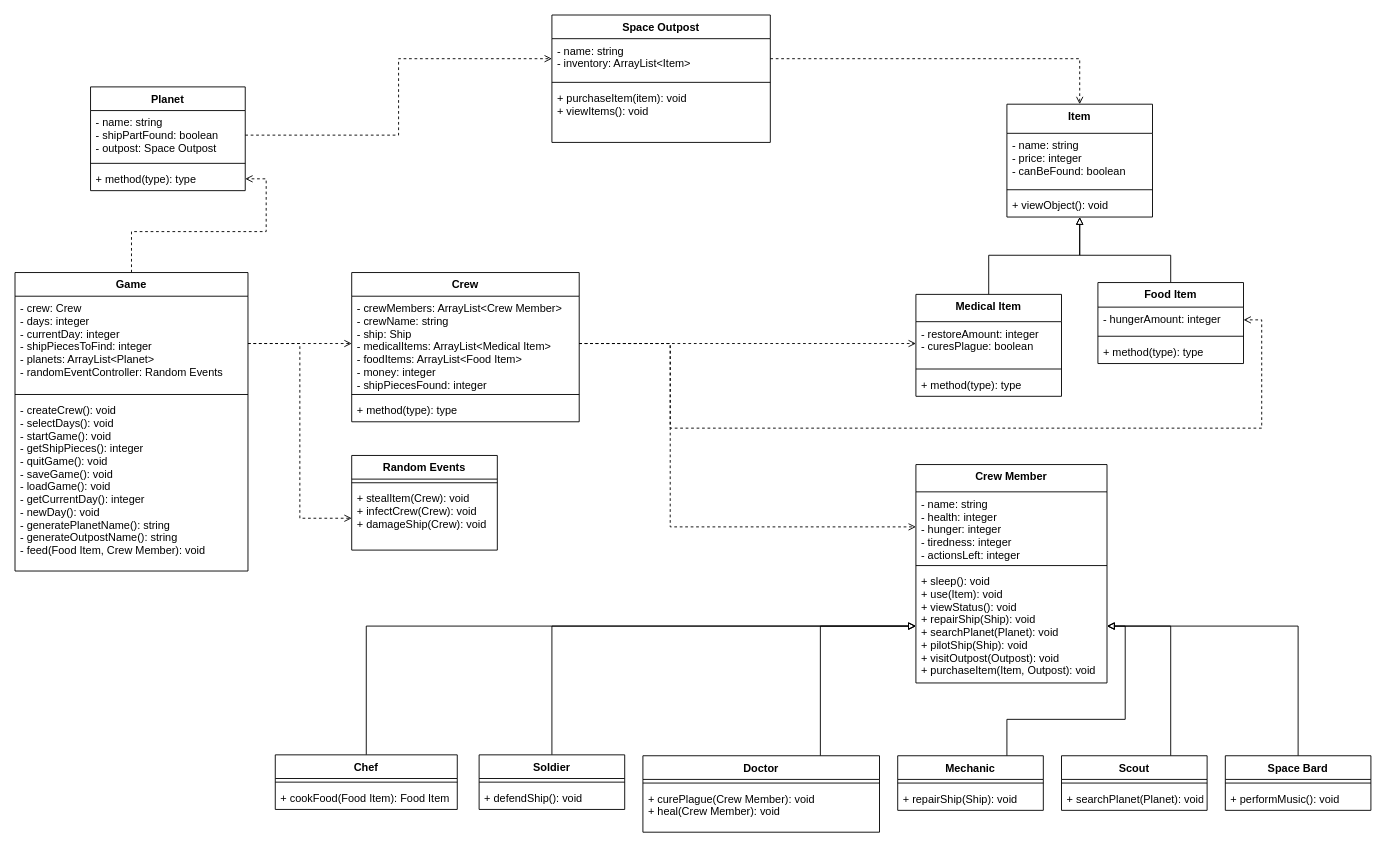
Before: UML/Class Diagram.drawio in SaahilNZ/SENG201-Space-Explorer, a draw.io diagram. Source tidied: cells renumbered, new cells numbered last; positions are measured from the earlier drawing's top-left corner, leaving out a move shared by most shapes. Both pictures are drawn from the tidied source at 91%, with x=0, y=0 at pixel (15, 15).
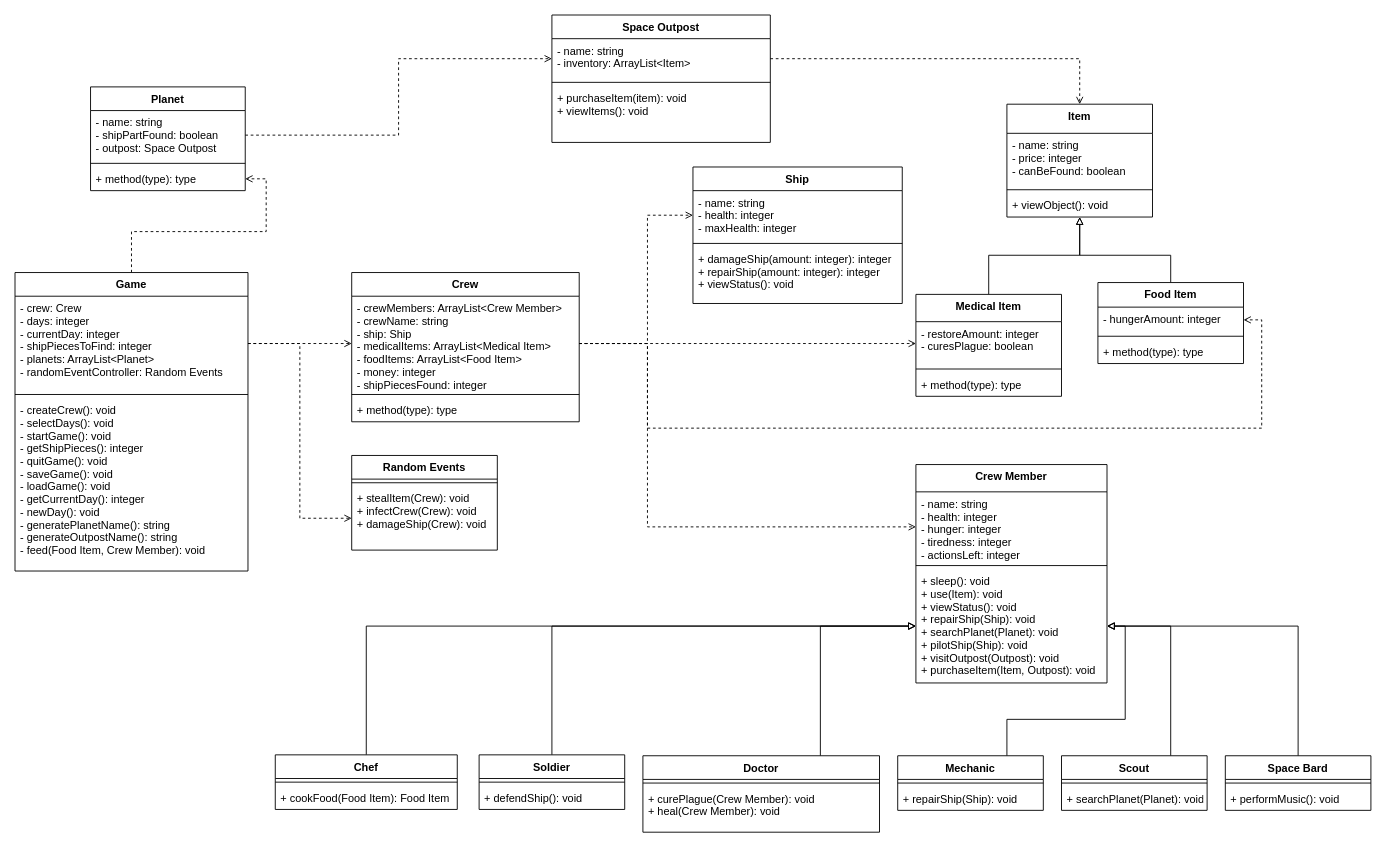
Above is the later version.

Commit message:
Add a ship class to the class diagram

Unchanged cells that the change refers to:
```xml
<mxCell id="3" value="- name: string&#10;- health: integer&#10;- hunger: integer&#10;- tiredness: integer&#10;- actionsLeft: integer" style="text;strokeColor=none;fillColor=none;align=left;verticalAlign=top;spacingLeft=4;spacingRight=4;overflow=hidden;points=[[0,0.5],[1,0.5]];portConstraint=eastwest;" parent="2" vertex="1">
  <mxGeometry y="30" width="210" height="77" as="geometry" />
</mxCell>
<mxCell id="13" value="- hungerAmount: integer&#10;" style="text;strokeColor=none;fillColor=none;align=left;verticalAlign=top;spacingLeft=4;spacingRight=4;overflow=hidden;points=[[0,0.5],[1,0.5]];portConstraint=eastwest;" parent="12" vertex="1">
  <mxGeometry y="27" width="160" height="28" as="geometry" />
</mxCell>
<mxCell id="21" value="- crewMembers: ArrayList&lt;Crew Member&gt;&#10;- crewName: string&#10;- ship: Ship&#10;- medicalItems: ArrayList&lt;Medical Item&gt;&#10;- foodItems: ArrayList&lt;Food Item&gt;&#10;- money: integer&#10;- shipPiecesFound: integer&#10;" style="text;strokeColor=none;fillColor=none;align=left;verticalAlign=top;spacingLeft=4;spacingRight=4;overflow=hidden;points=[[0,0.5],[1,0.5]];portConstraint=eastwest;" parent="20" vertex="1">
  <mxGeometry y="26" width="250" height="104" as="geometry" />
</mxCell>
```

Diff of the diagram source:
```diff
@@
     <mxCell id="43" style="edgeStyle=orthogonalEdgeStyle;rounded=0;jettySize=auto;html=1;exitX=1;exitY=0.5;exitDx=0;exitDy=0;entryX=1;entryY=0.5;entryDx=0;entryDy=0;dashed=1;endArrow=open;endFill=0;" parent="1" edge="1" source="21" target="13">
       <mxGeometry relative="1" as="geometry">
         <Array as="points">
-          <mxPoint x="720" y="361" />
-          <mxPoint x="720" y="454" />
+          <mxPoint x="695" y="361" />
+          <mxPoint x="695" y="454" />
           <mxPoint x="1370" y="454" />
           <mxPoint x="1370" y="335" />
         </Array>
       </mxGeometry>
     </mxCell>
     <mxCell id="44" style="edgeStyle=orthogonalEdgeStyle;rounded=0;jettySize=auto;html=1;exitX=1;exitY=0.5;exitDx=0;exitDy=0;entryX=0;entryY=0.5;entryDx=0;entryDy=0;dashed=1;endArrow=open;endFill=0;" parent="1" edge="1" source="21" target="3">
       <mxGeometry relative="1" as="geometry">
         <Array as="points">
-          <mxPoint x="720" y="361" />
-          <mxPoint x="720" y="563" />
+          <mxPoint x="695" y="361" />
+          <mxPoint x="695" y="563" />
         </Array>
       </mxGeometry>
     </mxCell>
@@
+    <mxCell id="71" value="Ship" style="swimlane;fontStyle=1;align=center;verticalAlign=top;horizontal=1;startSize=26;" parent="1" vertex="1">
+      <mxGeometry x="745" y="167" width="230" height="150" as="geometry" />
+    </mxCell>
+    <mxCell id="72" value="- name: string&#10;- health: integer&#10;- maxHealth: integer" style="text;strokeColor=none;fillColor=none;align=left;verticalAlign=top;spacingLeft=4;spacingRight=4;overflow=hidden;points=[[0,0.5],[1,0.5]];portConstraint=eastwest;" parent="71" vertex="1">
+      <mxGeometry y="26" width="230" height="54" as="geometry" />
+    </mxCell>
+    <mxCell id="73" style="line;strokeWidth=1;fillColor=none;align=left;verticalAlign=middle;spacingTop=-1;spacingLeft=3;spacingRight=3;labelPosition=right;" parent="71" vertex="1">
+      <mxGeometry y="80" width="230" height="8" as="geometry" />
+    </mxCell>
+    <mxCell id="74" value="+ damageShip(amount: integer): integer&#10;+ repairShip(amount: integer): integer&#10;+ viewStatus(): void&#10;" style="text;strokeColor=none;fillColor=none;align=left;verticalAlign=top;spacingLeft=4;spacingRight=4;overflow=hidden;" parent="71" vertex="1">
+      <mxGeometry y="88" width="230" height="62" as="geometry" />
+    </mxCell>
+    <mxCell id="75" style="edgeStyle=orthogonalEdgeStyle;rounded=0;jettySize=auto;html=1;entryX=0;entryY=0.5;entryDx=0;entryDy=0;dashed=1;endArrow=open;endFill=0;" parent="1" edge="1" source="21" target="72">
+      <mxGeometry relative="1" as="geometry">
+        <Array as="points">
+          <mxPoint x="695" y="361" />
+          <mxPoint x="695" y="220" />
+        </Array>
+      </mxGeometry>
+    </mxCell>
```
